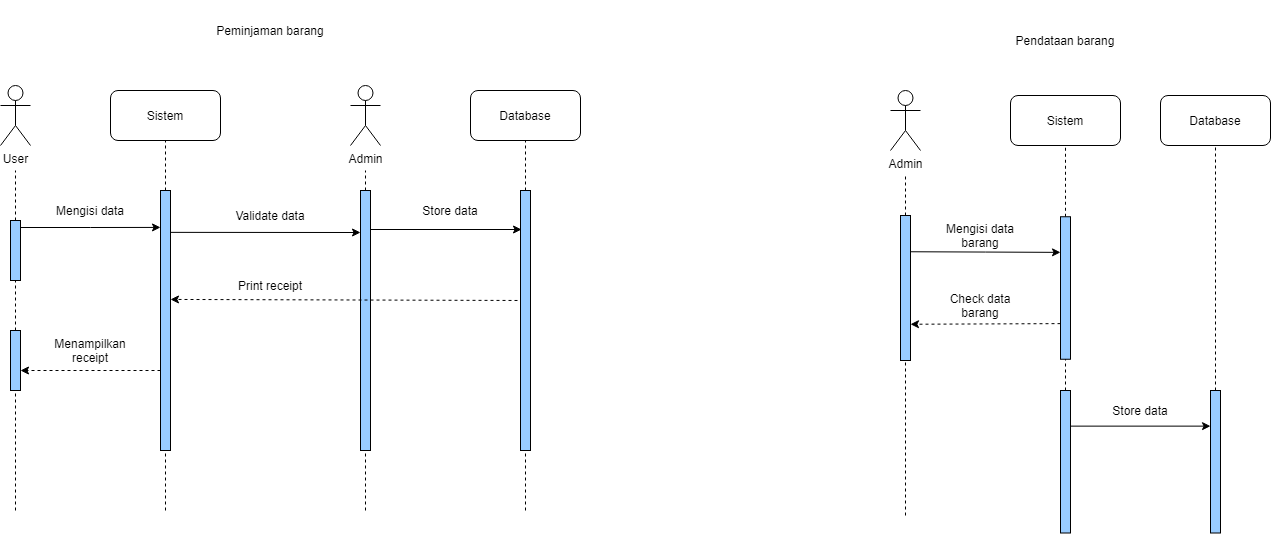
Before: diagrams/Sequence Diagram.drawio.png, a diagram exported from draw.io (johannfac/aplikasipeminjamanaset). Source tidied: cells renumbered, new cells last; positions are measured from the earlier drawing's top-left corner, leaving out a move shared by most shapes.
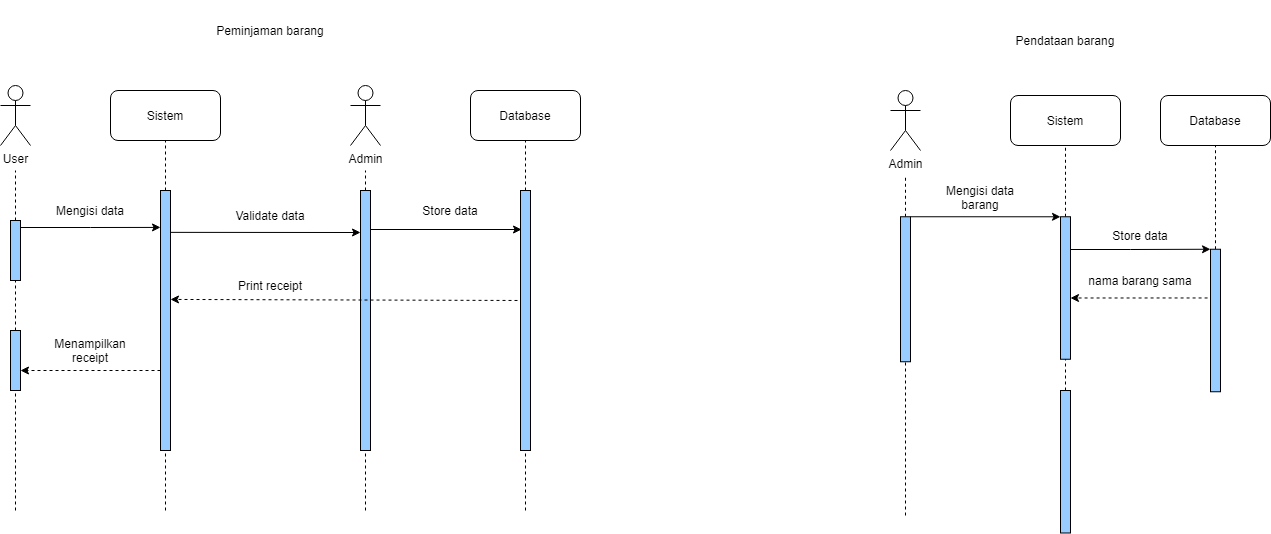
After the commit.

Diff of the diagram source:
```diff
@@ -139,11 +139,15 @@
         <mxPoint x="1215" y="145" as="targetPoint" />
       </mxGeometry>
     </mxCell>
-    <mxCell id="38" style="edgeStyle=orthogonalEdgeStyle;rounded=0;jettySize=auto;html=1;exitX=1;exitY=0.25;exitDx=0;exitDy=0;entryX=0;entryY=0.25;entryDx=0;entryDy=0;" parent="1" edge="1" source="39" target="41">
-      <mxGeometry relative="1" as="geometry" />
+    <mxCell id="38" style="edgeStyle=orthogonalEdgeStyle;rounded=0;jettySize=auto;html=1;exitX=1;exitY=0;exitDx=0;exitDy=0;entryX=0;entryY=0;entryDx=0;entryDy=0;" parent="1" edge="1" source="39" target="41">
+      <mxGeometry relative="1" as="geometry">
+        <Array as="points">
+          <mxPoint x="1060" y="216" />
+        </Array>
+      </mxGeometry>
     </mxCell>
     <mxCell id="39" style="rounded=0;whiteSpace=wrap;html=1;fillColor=#99CCFF;" parent="1" vertex="1">
-      <mxGeometry x="900" y="215" width="10" height="145" as="geometry" />
+      <mxGeometry x="900" y="216.2" width="10" height="145" as="geometry" />
     </mxCell>
     <mxCell id="40" style="endArrow=none;dashed=1;html=1;rounded=0;" parent="1" edge="1" target="39">
       <mxGeometry relative="1" as="geometry">
@@ -161,22 +165,22 @@
       </mxGeometry>
     </mxCell>
     <mxCell id="43" value="Mengisi data barang" style="text;html=1;strokeColor=none;fillColor=none;align=center;verticalAlign=middle;whiteSpace=wrap;rounded=0;" parent="1" vertex="1">
-      <mxGeometry x="930" y="225" width="100" height="20" as="geometry" />
+      <mxGeometry x="930" y="186.9" width="100" height="20" as="geometry" />
     </mxCell>
-    <mxCell id="44" value="Check data barang" style="text;html=1;strokeColor=none;fillColor=none;align=center;verticalAlign=middle;whiteSpace=wrap;rounded=0;" parent="1" vertex="1">
-      <mxGeometry x="930" y="290" width="100" height="30" as="geometry" />
-    </mxCell>
-    <mxCell id="45" style="endArrow=classic;html=1;rounded=0;entryX=1;entryY=0.75;entryDx=0;entryDy=0;dashed=1;exitX=0;exitY=0.75;exitDx=0;exitDy=0;" parent="1" edge="1" source="41" target="39">
-      <mxGeometry relative="1" as="geometry" />
-    </mxCell>
     <mxCell id="46" style="edgeStyle=orthogonalEdgeStyle;rounded=0;orthogonalLoop=1;jettySize=auto;html=1;exitX=0.5;exitY=1;exitDx=0;exitDy=0;dashed=1;" parent="1" edge="1" source="43" target="43">
       <mxGeometry relative="1" as="geometry" />
     </mxCell>
-    <mxCell id="47" style="edgeStyle=orthogonalEdgeStyle;rounded=0;jettySize=auto;html=1;exitX=1;exitY=0.25;exitDx=0;exitDy=0;entryX=0;entryY=0.25;entryDx=0;entryDy=0;" parent="1" edge="1" source="50" target="51">
-      <mxGeometry relative="1" as="geometry" />
+    <mxCell id="47" style="edgeStyle=orthogonalEdgeStyle;rounded=0;jettySize=auto;html=1;entryX=0;entryY=0;entryDx=0;entryDy=0;" parent="1" edge="1" target="51">
+      <mxGeometry relative="1" as="geometry">
+        <mxPoint x="1070" y="249" as="sourcePoint" />
+        <Array as="points">
+          <mxPoint x="1130" y="249" />
+          <mxPoint x="1130" y="249" />
+        </Array>
+      </mxGeometry>
     </mxCell>
     <mxCell id="48" value="Store data" style="text;html=1;strokeColor=none;fillColor=none;align=center;verticalAlign=middle;whiteSpace=wrap;rounded=0;" parent="1" vertex="1">
-      <mxGeometry x="1090" y="400" width="100" height="20" as="geometry" />
+      <mxGeometry x="1090" y="225" width="100" height="20" as="geometry" />
     </mxCell>
     <mxCell id="49" style="edgeStyle=orthogonalEdgeStyle;rounded=0;orthogonalLoop=1;jettySize=auto;html=1;exitX=0.5;exitY=1;exitDx=0;exitDy=0;dashed=1;" parent="1" edge="1" source="48" target="48">
       <mxGeometry relative="1" as="geometry" />
@@ -184,8 +188,20 @@
     <mxCell id="50" style="rounded=0;whiteSpace=wrap;html=1;fillColor=#99CCFF;" parent="1" vertex="1">
       <mxGeometry x="1060" y="390" width="10" height="142.5" as="geometry" />
     </mxCell>
+    <mxCell id="52" style="edgeStyle=orthogonalEdgeStyle;rounded=0;orthogonalLoop=1;jettySize=auto;html=1;exitX=0;exitY=0.25;exitDx=0;exitDy=0;entryX=1;entryY=0.5;entryDx=0;entryDy=0;dashed=1;" parent="1" edge="1">
+      <mxGeometry relative="1" as="geometry">
+        <mxPoint x="1210" y="294.4" as="sourcePoint" />
+        <mxPoint x="1070" y="297.5" as="targetPoint" />
+        <Array as="points">
+          <mxPoint x="1210" y="298" />
+        </Array>
+      </mxGeometry>
+    </mxCell>
     <mxCell id="51" style="rounded=0;whiteSpace=wrap;html=1;fillColor=#99CCFF;" parent="1" vertex="1">
-      <mxGeometry x="1210" y="390" width="10" height="142.5" as="geometry" />
+      <mxGeometry x="1210" y="248.8" width="10" height="142.5" as="geometry" />
     </mxCell>
+    <mxCell id="53" value="nama barang sama" style="text;html=1;strokeColor=none;fillColor=none;align=center;verticalAlign=middle;whiteSpace=wrap;rounded=0;" parent="1" vertex="1">
+      <mxGeometry x="1085" y="270" width="110" height="20" as="geometry" />
+    </mxCell>
   </root>
 </mxGraphModel>
```
